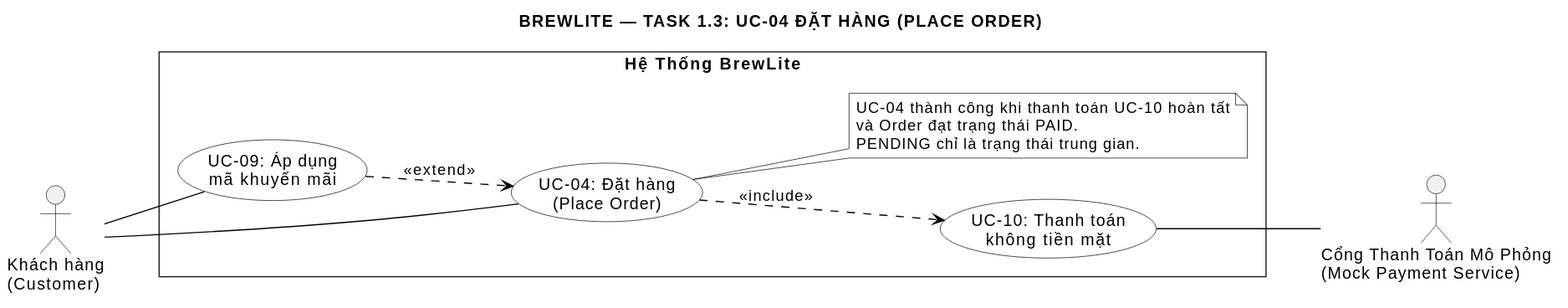
vohuunghiaah/brewlite keeps this PlantUML diagram as docs/requirements/use-case-place-order.svg. Above is the earlier version.
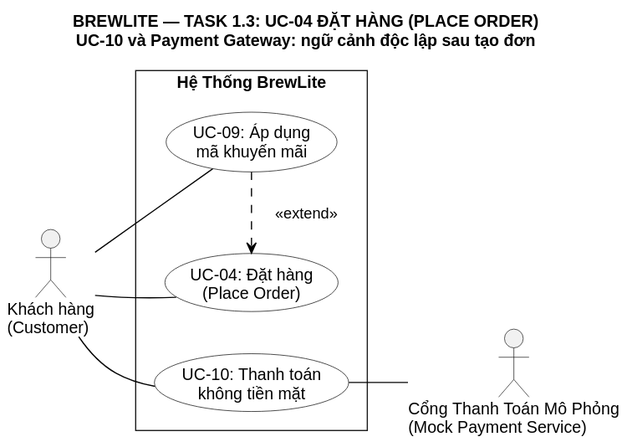
The same diagram one commit later.

Commit message:
docs(task1): isolate final requirements audit and record merge blockers

The edit, as a diff of the source:
```diff
@@ -4,19 +4,16 @@
 skinparam shadowing false
 skinparam defaultFontName Arial
 skinparam roundCorner 0
+skinparam nodesep 35
+skinparam ranksep 35
 skinparam usecase {
-    BackgroundColor White
-    BorderColor Black
-    ArrowColor Black
-}
-skinparam note {
     BackgroundColor White
     BorderColor Black
     ArrowColor Black
 }
 left to right direction
 
-title BREWLITE — TASK 1.3: UC-04 ĐẶT HÀNG (PLACE ORDER)
+title BREWLITE — TASK 1.3: UC-04 ĐẶT HÀNG (PLACE ORDER)\nUC-10 và Payment Gateway: ngữ cảnh độc lập sau tạo đơn
 
 actor "Khách hàng\n(Customer)" as Customer
 
@@ -25,17 +22,18 @@
     usecase "UC-04: Đặt hàng\n(Place Order)" as UC4
     usecase "UC-10: Thanh toán\nkhông tiền mặt" as UC10
 
-    note "UC-04 thành công khi thanh toán UC-10 hoàn tất\nvà Order đạt trạng thái PAID.\nPENDING chỉ là trạng thái trung gian." as N1
-    UC4 .. N1
+    UC9 -[hidden]left-> UC4
+    UC4 -[hidden]left-> UC10
 }
 
 actor "Cổng Thanh Toán Mô Phỏng\n(Mock Payment Service)" as PaymentGateway
 
-Customer -- UC4
-Customer -- UC9
+Customer -[norank]- UC4
+Customer -[hidden]down-> UC4
+Customer -[norank]- UC10
+Customer -[norank]- UC9
 
-UC9 ..> UC4 : <<extend>>
-UC4 ..> UC10 : <<include>>
+UC9 -[dashed,norank]-> UC4 : <color:transparent>................................</color><<extend>>
 
 UC10 -- PaymentGateway
 @enduml
```
